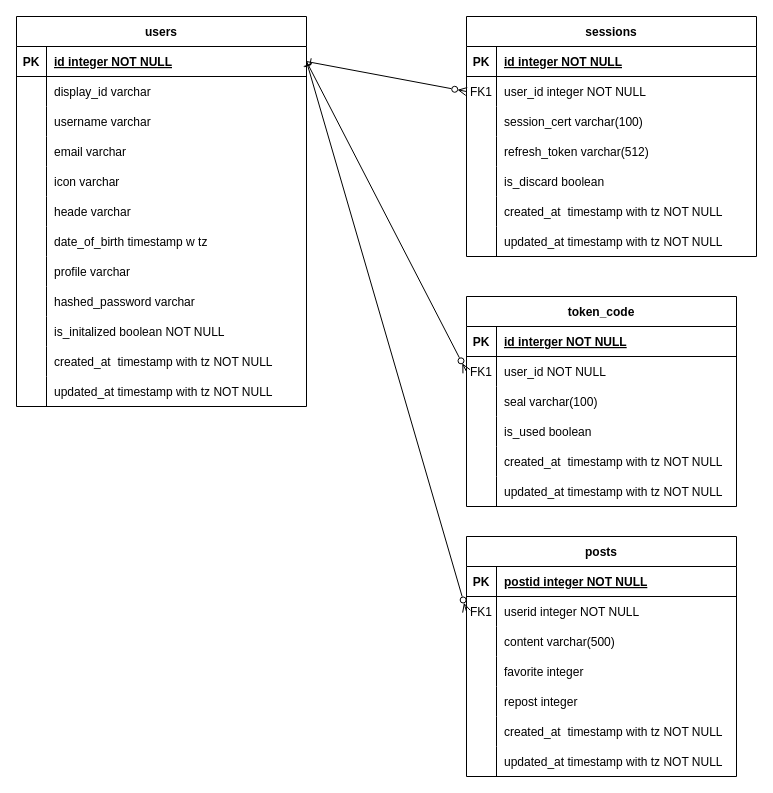
The draw.io diagram vrc_sns.drawio in Milix-M/vrc_sns_backend, before the edit. Source tidied: cells renumbered, new cells numbered last; positions are measured from the earlier drawing's top-left corner, leaving out a move shared by most shapes. Both pictures are drawn from the tidied source at 100%, with x=0, y=0 at pixel (16, 16).
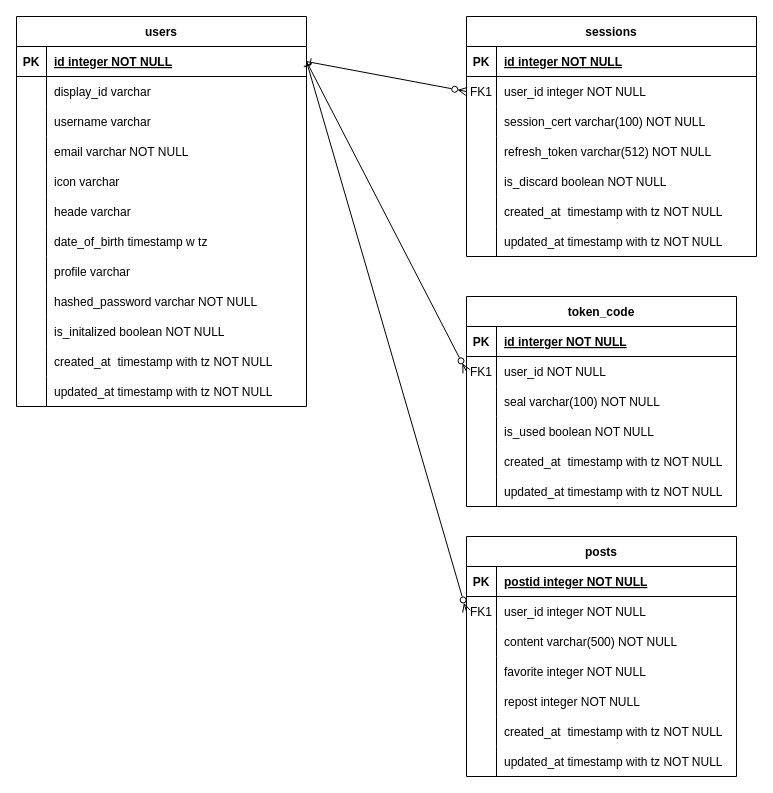
The same diagram, later.

Unchanged cells that the change refers to:
```xml
<mxCell id="12" style="shape=tableRow;horizontal=0;startSize=0;swimlaneHead=0;swimlaneBody=0;fillColor=none;top=0;left=0;right=0;bottom=0;" parent="2" vertex="1">
  <mxGeometry y="120" width="290" height="30" as="geometry" />
</mxCell>
<mxCell id="27" style="shape=tableRow;horizontal=0;startSize=0;swimlaneHead=0;swimlaneBody=0;fillColor=none;top=0;left=0;right=0;bottom=0;" parent="2" vertex="1">
  <mxGeometry y="270" width="290" height="30" as="geometry" />
</mxCell>
<mxCell id="46" style="shape=tableRow;horizontal=0;startSize=0;swimlaneHead=0;swimlaneBody=0;fillColor=none;top=0;left=0;right=0;bottom=0;" parent="39" vertex="1">
  <mxGeometry y="90" width="270" height="30" as="geometry" />
</mxCell>
<mxCell id="49" style="shape=tableRow;horizontal=0;startSize=0;swimlaneHead=0;swimlaneBody=0;fillColor=none;top=0;left=0;right=0;bottom=0;" parent="39" vertex="1">
  <mxGeometry y="120" width="270" height="30" as="geometry" />
</mxCell>
<mxCell id="65" style="shape=tableRow;horizontal=0;startSize=0;swimlaneHead=0;swimlaneBody=0;fillColor=none;top=0;left=0;right=0;bottom=0;" parent="58" vertex="1">
  <mxGeometry y="90" width="290" height="30" as="geometry" />
</mxCell>
<mxCell id="68" style="shape=tableRow;horizontal=0;startSize=0;swimlaneHead=0;swimlaneBody=0;fillColor=none;top=0;left=0;right=0;bottom=0;" parent="58" vertex="1">
  <mxGeometry y="120" width="290" height="30" as="geometry" />
</mxCell>
<mxCell id="71" style="shape=tableRow;horizontal=0;startSize=0;swimlaneHead=0;swimlaneBody=0;fillColor=none;top=0;left=0;right=0;bottom=0;" parent="58" vertex="1">
  <mxGeometry y="150" width="290" height="30" as="geometry" />
</mxCell>
<mxCell id="84" style="shape=tableRow;horizontal=0;startSize=0;swimlaneHead=0;swimlaneBody=0;fillColor=none;points=[[0,0.5],[1,0.5]];portConstraint=eastwest;top=0;left=0;right=0;bottom=0;" parent="80" vertex="1">
  <mxGeometry y="60" width="270" height="30" as="geometry" />
</mxCell>
<mxCell id="87" style="shape=tableRow;horizontal=0;startSize=0;swimlaneHead=0;swimlaneBody=0;fillColor=none;top=0;left=0;right=0;bottom=0;" parent="80" vertex="1">
  <mxGeometry y="90" width="270" height="30" as="geometry" />
</mxCell>
<mxCell id="90" style="shape=tableRow;horizontal=0;startSize=0;swimlaneHead=0;swimlaneBody=0;fillColor=none;top=0;left=0;right=0;bottom=0;" parent="80" vertex="1">
  <mxGeometry y="120" width="270" height="30" as="geometry" />
</mxCell>
<mxCell id="93" style="shape=tableRow;horizontal=0;startSize=0;swimlaneHead=0;swimlaneBody=0;fillColor=none;top=0;left=0;right=0;bottom=0;" parent="80" vertex="1">
  <mxGeometry y="150" width="270" height="30" as="geometry" />
</mxCell>
```

The edit, as a diff of the source:
```diff
@@
-    <mxCell id="14" value="email varchar" style="shape=partialRectangle;fillColor=none;top=0;left=0;bottom=0;right=0;align=left;spacingLeft=6;overflow=hidden;" parent="12" vertex="1">
+    <mxCell id="14" value="email varchar NOT NULL" style="shape=partialRectangle;fillColor=none;top=0;left=0;bottom=0;right=0;align=left;spacingLeft=6;overflow=hidden;" parent="12" vertex="1">
       <mxGeometry x="30" width="260" height="30" as="geometry" />
     </mxCell>
@@
-    <mxCell id="29" value="hashed_password varchar" style="shape=partialRectangle;fillColor=none;top=0;left=0;bottom=0;right=0;align=left;spacingLeft=6;overflow=hidden;" parent="27" vertex="1">
+    <mxCell id="29" value="hashed_password varchar NOT NULL" style="shape=partialRectangle;fillColor=none;top=0;left=0;bottom=0;right=0;align=left;spacingLeft=6;overflow=hidden;" parent="27" vertex="1">
       <mxGeometry x="30" width="260" height="30" as="geometry" />
     </mxCell>
@@
-    <mxCell id="48" value="seal varchar(100)" style="shape=partialRectangle;fillColor=none;top=0;left=0;bottom=0;right=0;align=left;spacingLeft=6;overflow=hidden;" parent="46" vertex="1">
+    <mxCell id="48" value="seal varchar(100) NOT NULL" style="shape=partialRectangle;fillColor=none;top=0;left=0;bottom=0;right=0;align=left;spacingLeft=6;overflow=hidden;" parent="46" vertex="1">
       <mxGeometry x="30" width="240" height="30" as="geometry" />
     </mxCell>
@@
-    <mxCell id="51" value="is_used boolean" style="shape=partialRectangle;fillColor=none;top=0;left=0;bottom=0;right=0;align=left;spacingLeft=6;overflow=hidden;" parent="49" vertex="1">
+    <mxCell id="51" value="is_used boolean NOT NULL" style="shape=partialRectangle;fillColor=none;top=0;left=0;bottom=0;right=0;align=left;spacingLeft=6;overflow=hidden;" parent="49" vertex="1">
       <mxGeometry x="30" width="240" height="30" as="geometry" />
     </mxCell>
@@
-    <mxCell id="67" value="session_cert varchar(100)" style="shape=partialRectangle;fillColor=none;top=0;left=0;bottom=0;right=0;align=left;spacingLeft=6;overflow=hidden;" parent="65" vertex="1">
+    <mxCell id="67" value="session_cert varchar(100) NOT NULL" style="shape=partialRectangle;fillColor=none;top=0;left=0;bottom=0;right=0;align=left;spacingLeft=6;overflow=hidden;" parent="65" vertex="1">
       <mxGeometry x="30" width="260" height="30" as="geometry" />
     </mxCell>
@@
-    <mxCell id="70" value="refresh_token varchar(512)" style="shape=partialRectangle;fillColor=none;top=0;left=0;bottom=0;right=0;align=left;spacingLeft=6;overflow=hidden;" parent="68" vertex="1">
+    <mxCell id="70" value="refresh_token varchar(512) NOT NULL" style="shape=partialRectangle;fillColor=none;top=0;left=0;bottom=0;right=0;align=left;spacingLeft=6;overflow=hidden;" parent="68" vertex="1">
       <mxGeometry x="30" width="260" height="30" as="geometry" />
     </mxCell>
@@
-    <mxCell id="73" value="is_discard boolean" style="shape=partialRectangle;fillColor=none;top=0;left=0;bottom=0;right=0;align=left;spacingLeft=6;overflow=hidden;" parent="71" vertex="1">
+    <mxCell id="73" value="is_discard boolean NOT NULL" style="shape=partialRectangle;fillColor=none;top=0;left=0;bottom=0;right=0;align=left;spacingLeft=6;overflow=hidden;" parent="71" vertex="1">
       <mxGeometry x="30" width="260" height="30" as="geometry" />
     </mxCell>
@@
-    <mxCell id="86" value="userid integer NOT NULL" style="shape=partialRectangle;fillColor=none;top=0;left=0;bottom=0;right=0;align=left;spacingLeft=6;overflow=hidden;" parent="84" vertex="1">
+    <mxCell id="86" value="user_id integer NOT NULL" style="shape=partialRectangle;fillColor=none;top=0;left=0;bottom=0;right=0;align=left;spacingLeft=6;overflow=hidden;" parent="84" vertex="1">
       <mxGeometry x="30" width="240" height="30" as="geometry" />
     </mxCell>
@@
-    <mxCell id="89" value="content varchar(500)" style="shape=partialRectangle;fillColor=none;top=0;left=0;bottom=0;right=0;align=left;spacingLeft=6;overflow=hidden;" parent="87" vertex="1">
+    <mxCell id="89" value="content varchar(500) NOT NULL" style="shape=partialRectangle;fillColor=none;top=0;left=0;bottom=0;right=0;align=left;spacingLeft=6;overflow=hidden;" parent="87" vertex="1">
       <mxGeometry x="30" width="240" height="30" as="geometry" />
     </mxCell>
@@
-    <mxCell id="92" value="favorite integer" style="shape=partialRectangle;fillColor=none;top=0;left=0;bottom=0;right=0;align=left;spacingLeft=6;overflow=hidden;" parent="90" vertex="1">
+    <mxCell id="92" value="favorite integer NOT NULL " style="shape=partialRectangle;fillColor=none;top=0;left=0;bottom=0;right=0;align=left;spacingLeft=6;overflow=hidden;" parent="90" vertex="1">
       <mxGeometry x="30" width="240" height="30" as="geometry" />
     </mxCell>
@@
-    <mxCell id="95" value="repost integer" style="shape=partialRectangle;fillColor=none;top=0;left=0;bottom=0;right=0;align=left;spacingLeft=6;overflow=hidden;" parent="93" vertex="1">
+    <mxCell id="95" value="repost integer NOT NULL" style="shape=partialRectangle;fillColor=none;top=0;left=0;bottom=0;right=0;align=left;spacingLeft=6;overflow=hidden;" parent="93" vertex="1">
       <mxGeometry x="30" width="240" height="30" as="geometry" />
     </mxCell>
```
